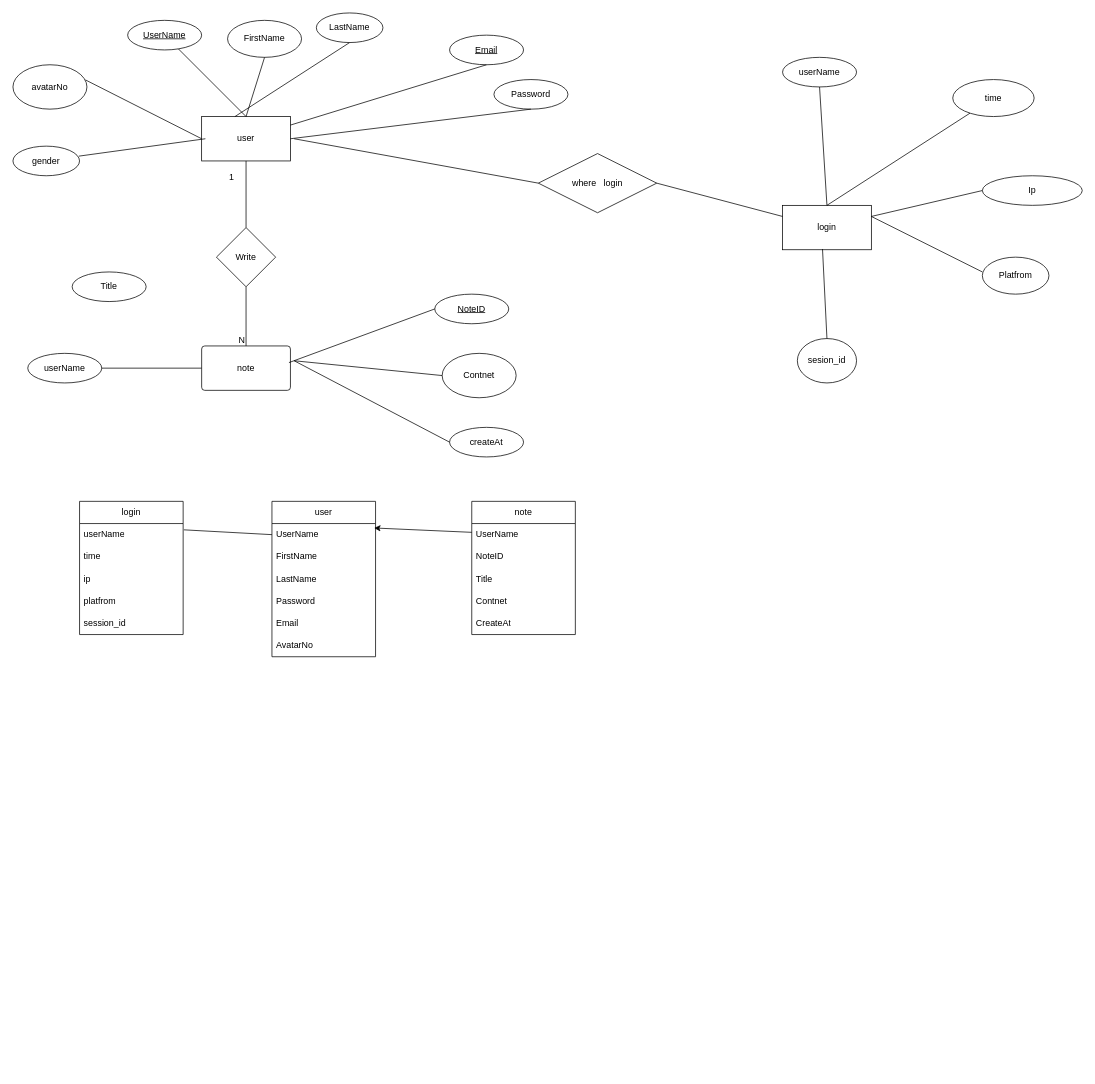
Above: Design/databaseDesign.drawio in bennamrouche/mynote (draw.io), before the change. Source tidied: cells renumbered, new cells numbered last; positions are measured from the earlier drawing's top-left corner, leaving out a move shared by most shapes. Both pictures are drawn from the tidied source at 74%, with x=0, y=0 at pixel (13, 13).
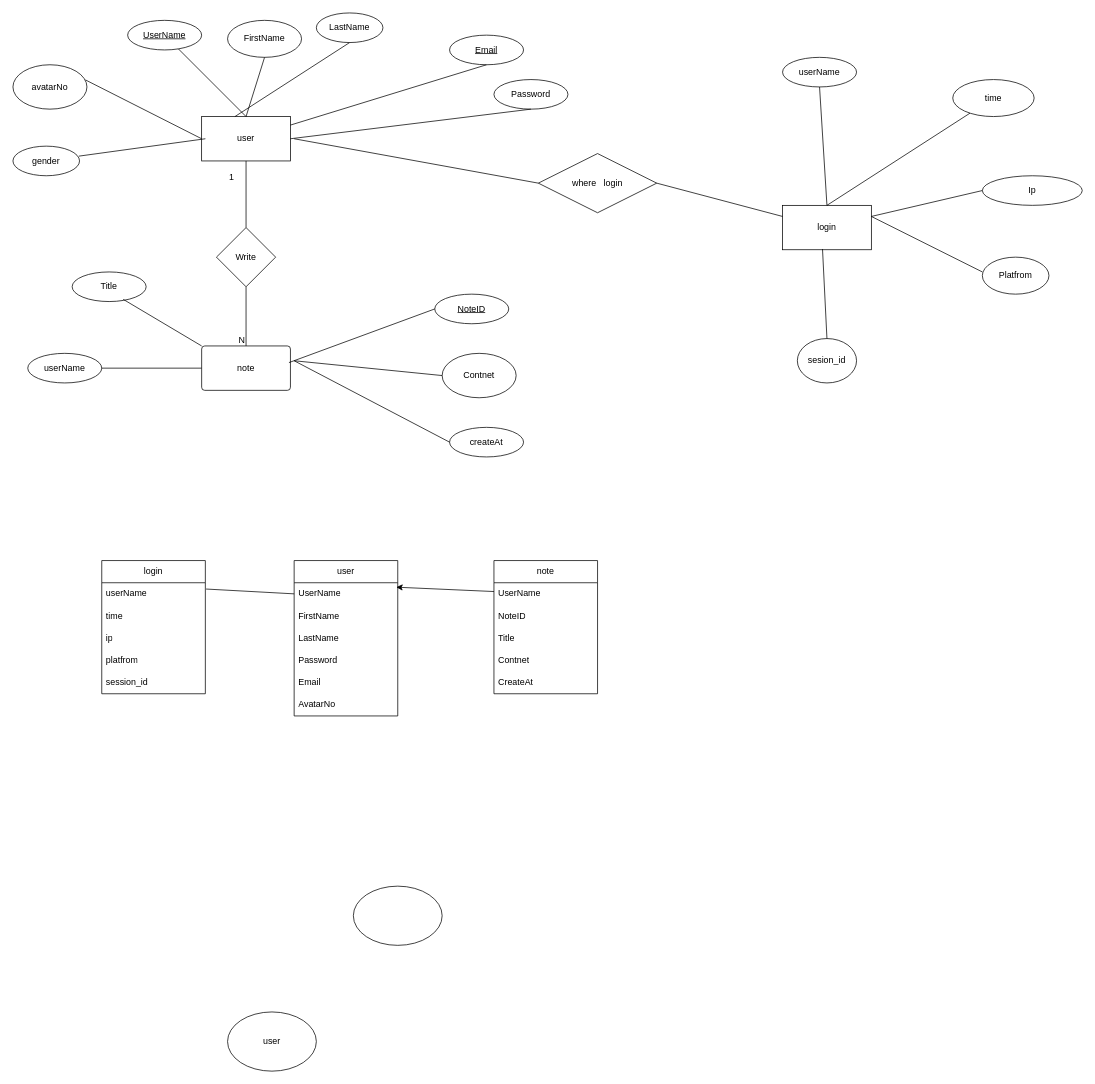
The same page after the edit.

The change refers to these unchanged cells:
```xml
<mxCell id="13" value="note" style="rounded=1;whiteSpace=wrap;html=1;arcSize=7;" parent="1" vertex="1">
  <mxGeometry x="255" y="450" width="120" height="60" as="geometry" />
</mxCell>
<mxCell id="43" value="Title" style="ellipse;whiteSpace=wrap;html=1;align=center;" parent="1" vertex="1">
  <mxGeometry x="80" y="350" width="100" height="40" as="geometry" />
</mxCell>
```

The edit, as a diff of the source:
```diff
@@
     <mxCell id="26" value="user" style="swimlane;fontStyle=0;horizontal=1;startSize=30;whiteSpace=wrap;html=1;" parent="1" vertex="1">
-      <mxGeometry x="350" y="660" width="140" height="210" as="geometry" />
+      <mxGeometry x="380" y="740" width="140" height="210" as="geometry" />
     </mxCell>
@@
     <mxCell id="35" value="note" style="swimlane;fontStyle=0;horizontal=1;startSize=30;whiteSpace=wrap;html=1;" parent="1" vertex="1">
-      <mxGeometry x="620" y="660" width="140" height="180" as="geometry" />
+      <mxGeometry x="650" y="740" width="140" height="180" as="geometry" />
     </mxCell>
@@
     <mxCell id="61" value="login" style="swimlane;fontStyle=0;horizontal=1;startSize=30;whiteSpace=wrap;html=1;" parent="1" vertex="1">
-      <mxGeometry x="90" y="660" width="140" height="180" as="geometry" />
+      <mxGeometry x="120" y="740" width="140" height="180" as="geometry" />
     </mxCell>
@@
+    <mxCell id="68" style="endArrow=none;html=1;rounded=0;exitX=0.69;exitY=0.925;exitDx=0;exitDy=0;exitPerimeter=0;entryX=0;entryY=0;entryDx=0;entryDy=0;" parent="1" edge="1" source="43" target="13">
+      <mxGeometry relative="1" as="geometry" />
+    </mxCell>
+    <mxCell id="69" value="user" style="ellipse;whiteSpace=wrap;html=1;" parent="1" vertex="1">
+      <mxGeometry x="290" y="1350" width="120" height="80" as="geometry" />
+    </mxCell>
+    <mxCell id="70" style="ellipse;whiteSpace=wrap;html=1;" parent="1" vertex="1">
+      <mxGeometry x="460" y="1180" width="120" height="80" as="geometry" />
+    </mxCell>
```
